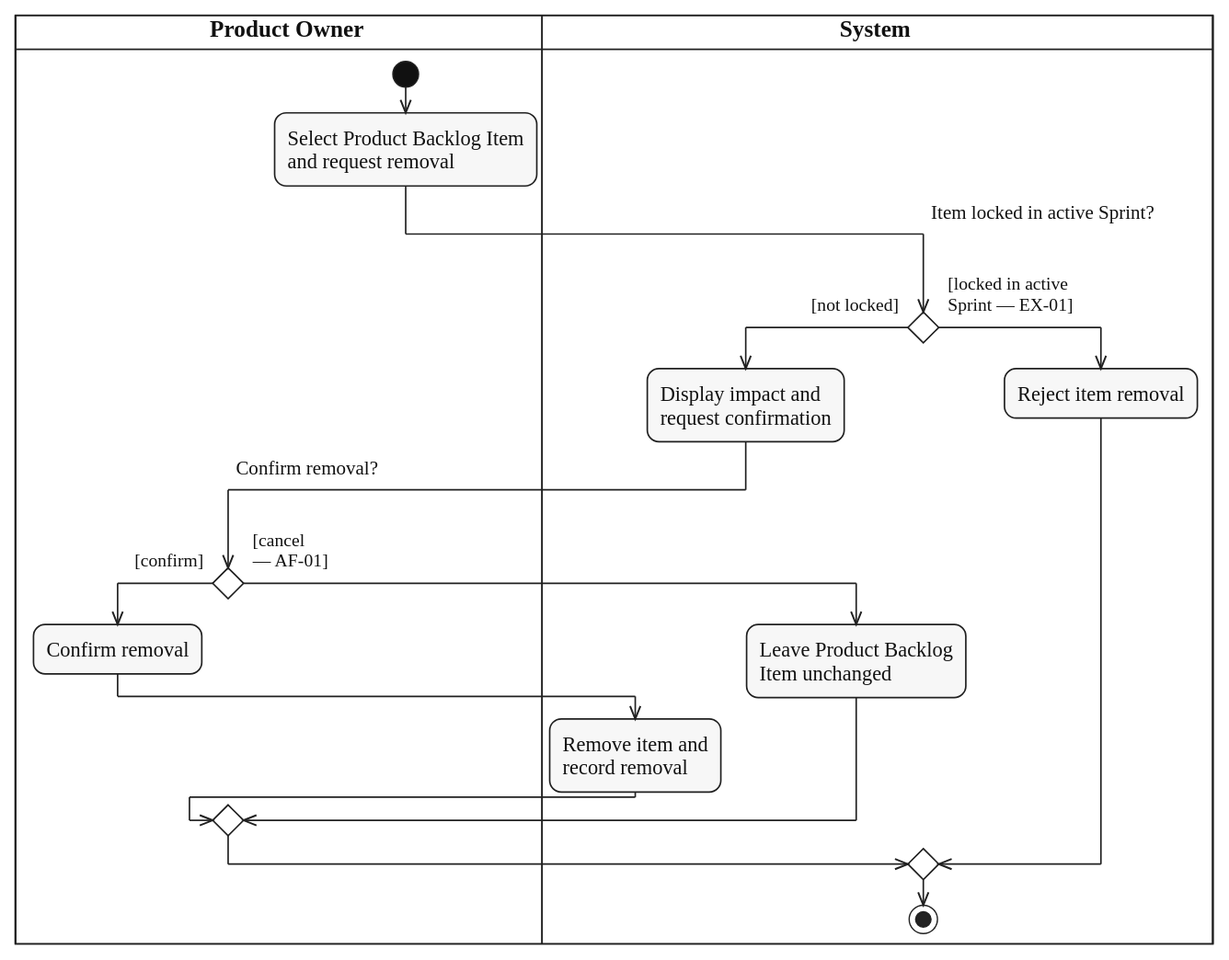
The PlantUML diagram diagrams/activity/product-backlog/svg/UC-BACKLOG-ITEM-REMOVE.svg in lukenab/swd392-doc-automation, before a commit. Its source is kept beside it as diagrams/activity/product-backlog/source/UC-BACKLOG-ITEM-REMOVE.puml.
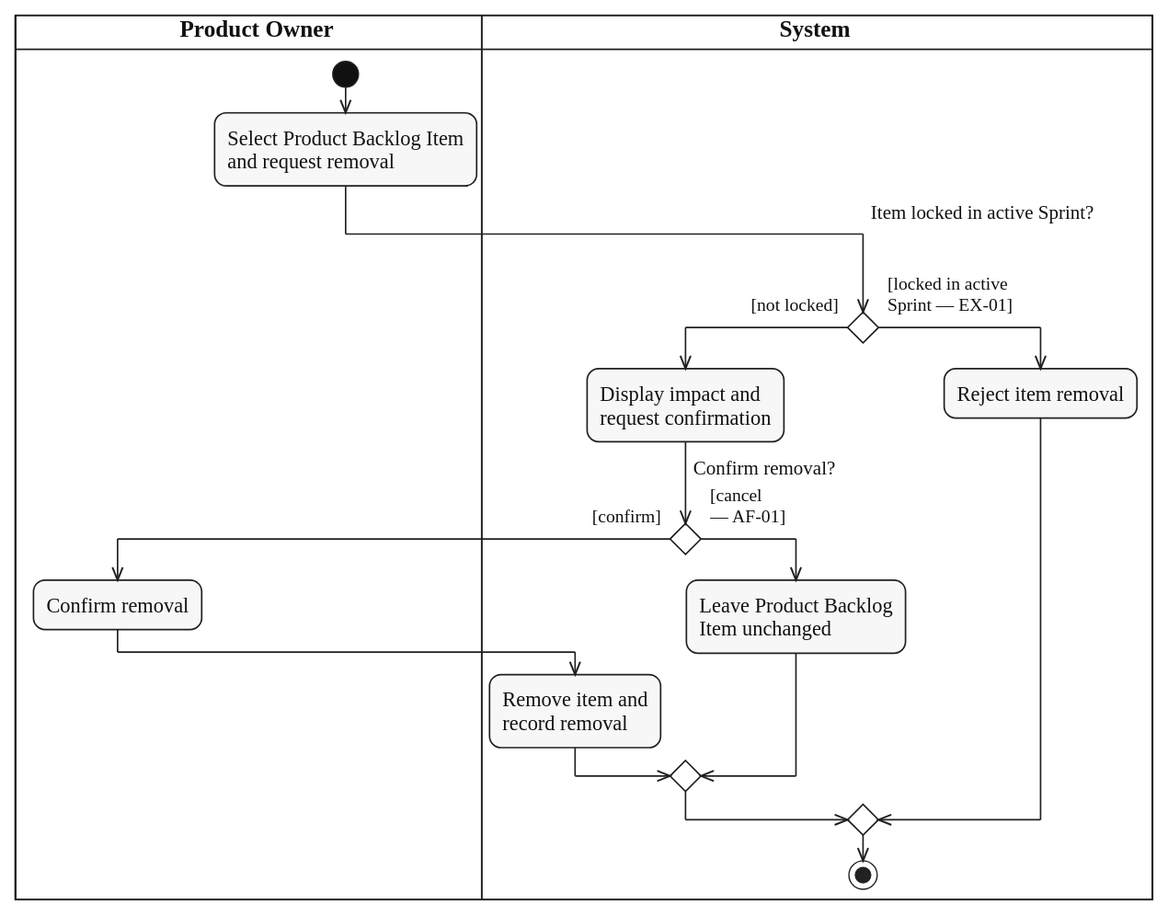
After the commit.

What changed in the source:
```diff
@@ -11,8 +11,8 @@
 if ($question_x("Item locked in active Sprint?")) then ($guard_left("[not locked]"))
   :Display impact and
   request confirmation;
-  |PRO|
-  if ($question_x("Confirm removal?")) then ($guard_left("[confirm]"))
+  if ($question("Confirm removal?")) then ($guard_left("[confirm]"))
+    |PRO|
     :Confirm removal;
     |SYS|
     :Remove item and
```
